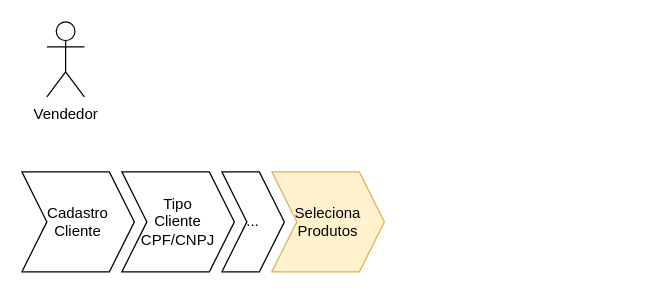
The draw.io diagram 130346 Bloqueio de produtos PME para clientes PF.drawio in samirali/ClaroBrasil, before the edit. Source tidied: cells renumbered, new cells numbered last; positions are measured from the earlier drawing's top-left corner, leaving out a move shared by most shapes. Both pictures are drawn from the tidied source at 125%, with x=0, y=0 at pixel (21, 21).
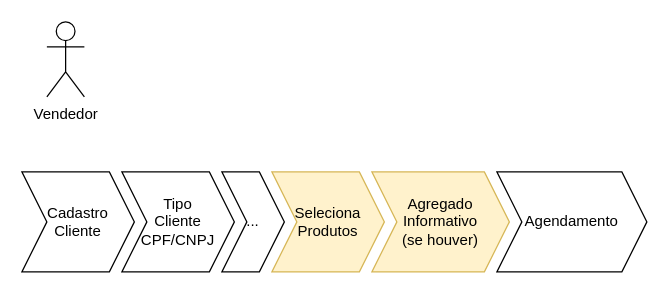
After the change.

What changed in the source:
```diff
@@
 <mxGraphModel>
   <root>
     <mxCell id="0" />
     <mxCell id="1" parent="0" />
     <mxCell id="2" value="Vendedor" style="shape=umlActor;verticalLabelPosition=bottom;verticalAlign=top;html=1;" parent="1" vertex="1">
       <mxGeometry x="20" width="30" height="60" as="geometry" />
     </mxCell>
     <mxCell id="3" value="Cadastro&lt;div&gt;Cliente&lt;/div&gt;" style="shape=step;perimeter=stepPerimeter;whiteSpace=wrap;html=1;fixedSize=1;" parent="1" vertex="1">
       <mxGeometry y="120" width="90" height="80" as="geometry" />
     </mxCell>
     <mxCell id="4" value="Tipo&lt;div&gt;Cliente&lt;/div&gt;&lt;div&gt;CPF/CNPJ&lt;/div&gt;" style="shape=step;perimeter=stepPerimeter;whiteSpace=wrap;html=1;fixedSize=1;" parent="1" vertex="1">
       <mxGeometry x="80" y="120" width="90" height="80" as="geometry" />
     </mxCell>
     <mxCell id="5" value="..." style="shape=step;perimeter=stepPerimeter;whiteSpace=wrap;html=1;fixedSize=1;" parent="1" vertex="1">
       <mxGeometry x="160" y="120" width="50" height="80" as="geometry" />
     </mxCell>
     <mxCell id="6" value="Seleciona&lt;div&gt;Produtos&lt;/div&gt;" style="shape=step;perimeter=stepPerimeter;whiteSpace=wrap;html=1;fixedSize=1;fillColor=#fff2cc;strokeColor=#d6b656;" parent="1" vertex="1">
       <mxGeometry x="200" y="120" width="90" height="80" as="geometry" />
     </mxCell>
+    <mxCell id="7" value="Agregado Informativo&lt;div&gt;(se houver)&lt;/div&gt;" style="shape=step;perimeter=stepPerimeter;whiteSpace=wrap;html=1;fixedSize=1;fillColor=#fff2cc;strokeColor=#d6b656;" parent="1" vertex="1">
+      <mxGeometry x="280" y="120" width="110" height="80" as="geometry" />
+    </mxCell>
+    <mxCell id="8" value="Agendamento" style="shape=step;perimeter=stepPerimeter;whiteSpace=wrap;html=1;fixedSize=1;" parent="1" vertex="1">
+      <mxGeometry x="380" y="120" width="120" height="80" as="geometry" />
+    </mxCell>
   </root>
 </mxGraphModel>
```
